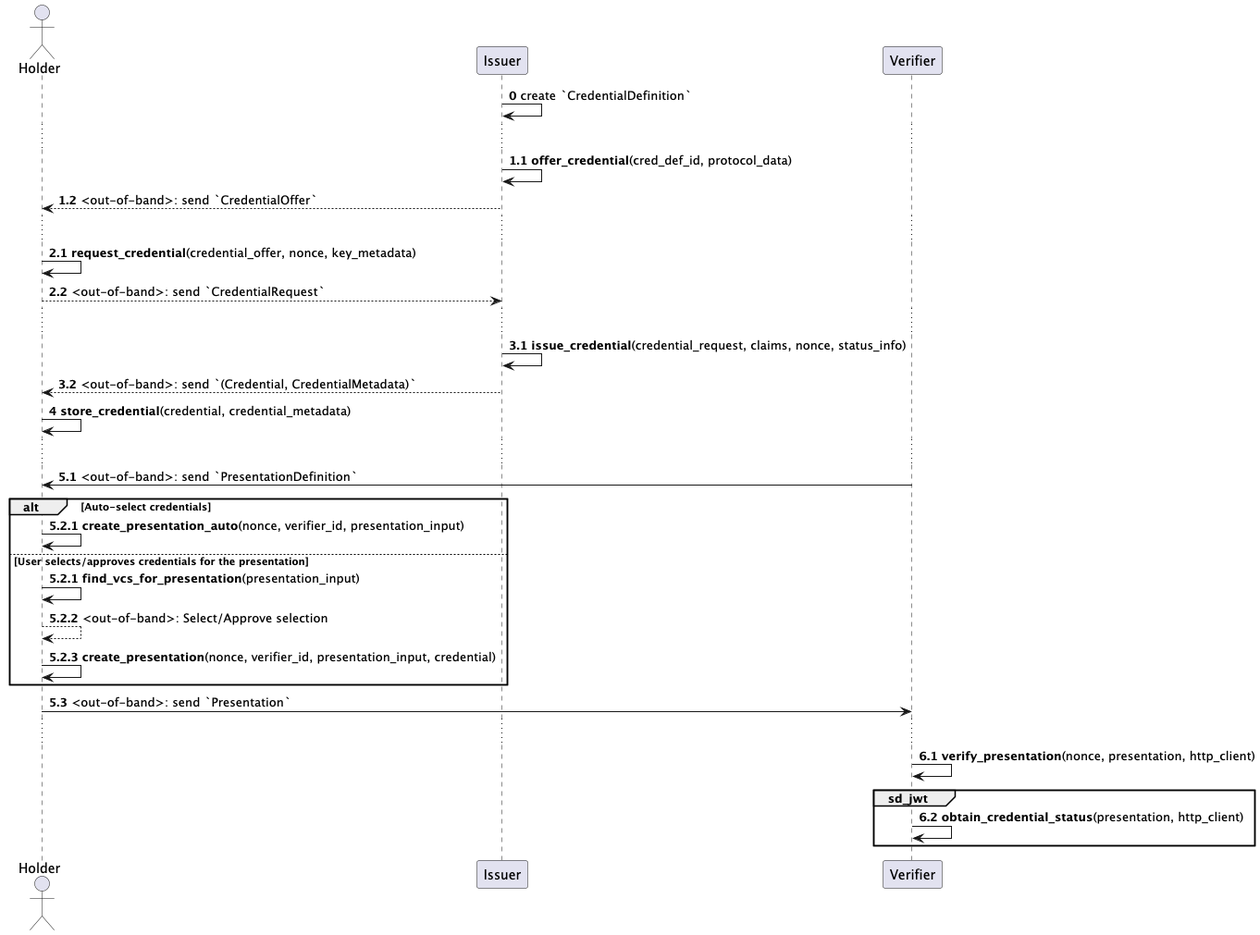
equs-ai/equs-credentials-sdk keeps this PlantUML diagram as docs/vc-core-api.png. Above is the earlier version.
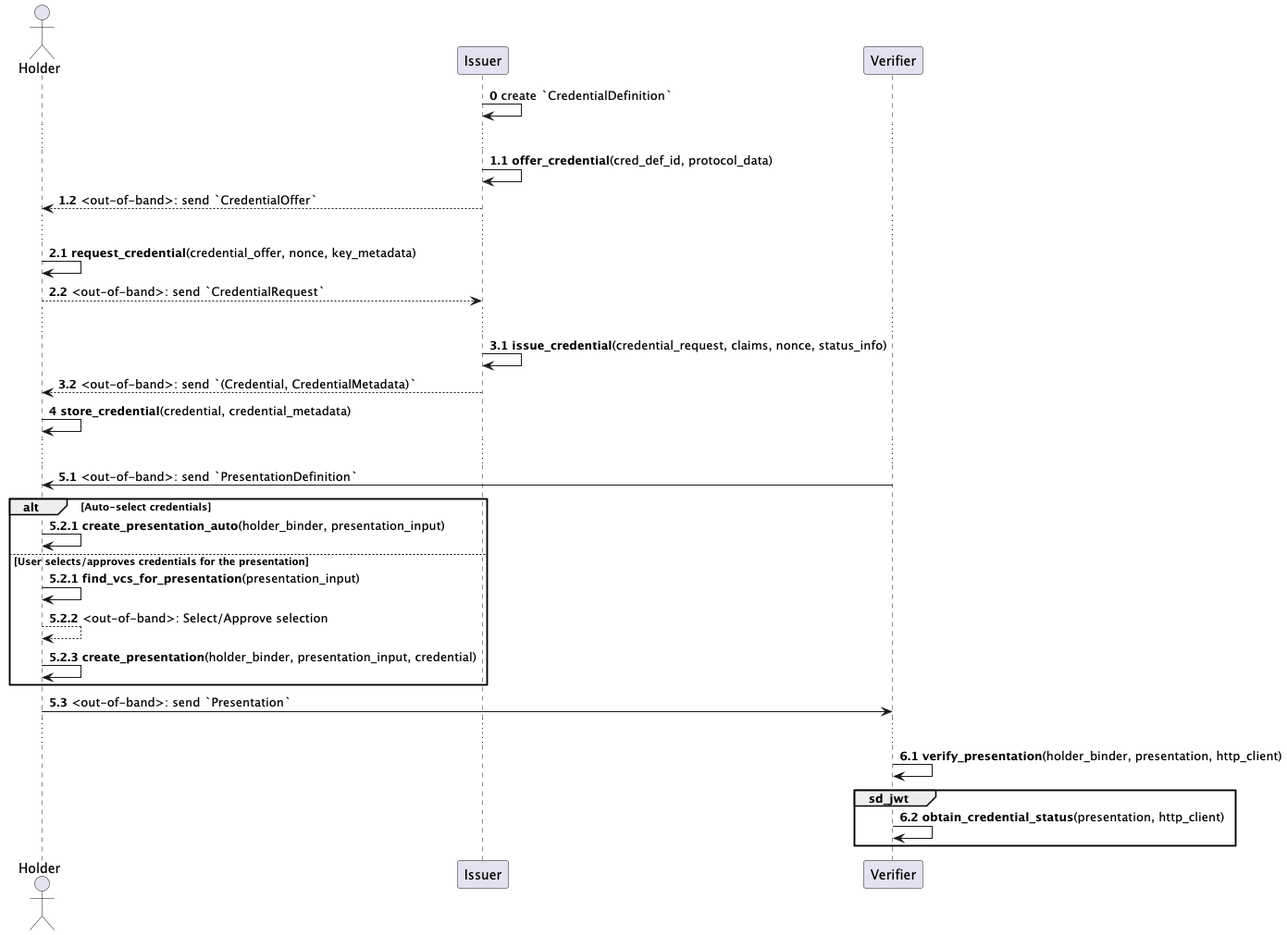
After the change.

The edit, as a diff of the source:
```diff
@@ -36,20 +36,20 @@
 
 alt Auto-select credentials
 autonumber 5.2.1
-H -> H: <b>create_presentation_auto</b>(nonce, verifier_id, presentation_input)
+H -> H: <b>create_presentation_auto</b>(holder_binder, presentation_input)
 
 else User selects/approves credentials for the presentation
 autonumber 5.2.1
 H -> H: <b>find_vcs_for_presentation</b>(presentation_input)
 H --> H: <out-of-band>: Select/Approve selection
-H -> H: <b>create_presentation</b>(nonce, verifier_id, presentation_input, credential)
+H -> H: <b>create_presentation</b>(holder_binder, presentation_input, credential)
 end
 autonumber 5.3
 H -> V: <out-of-band>: send `Presentation`
 ...
 
 autonumber 6.1
-V -> V: <b>verify_presentation</b>(nonce, presentation, http_client)
+V -> V: <b>verify_presentation</b>(holder_binder, presentation, http_client)
 group sd_jwt
 V -> V: <b>obtain_credential_status</b>(presentation, http_client)
 end
```
